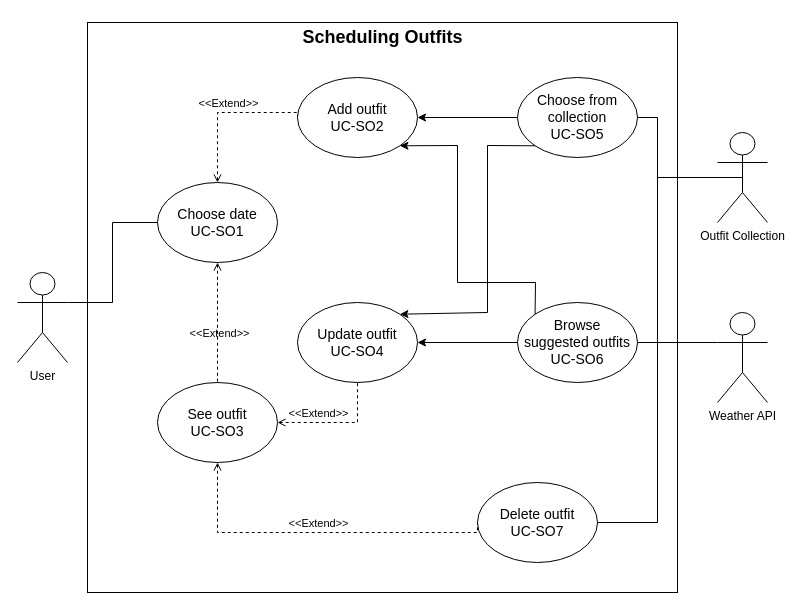
Earlier version of the draw.io diagram docs/diagrams/UCD-managing-outfits-in-calendar.drawio (gienon-fer/SeekFit). Source tidied: cells renumbered, new cells numbered last; positions are measured from the earlier drawing's top-left corner, leaving out a move shared by most shapes. Both pictures are drawn from the tidied source at 100%, with x=0, y=0 at pixel (17, 17).
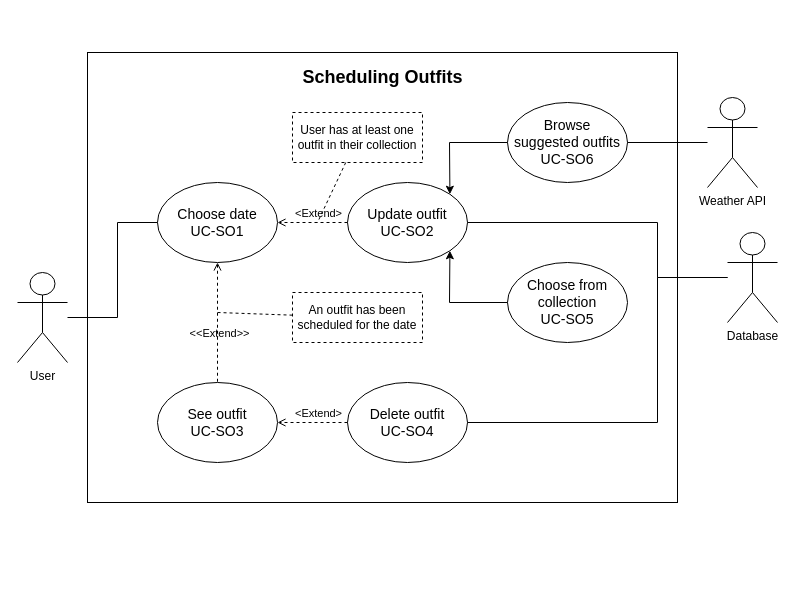
Above is the later version.

Commit message (it also covers changes not shown here):
Edit managing outfits in calendar and friend list management ucd

The change refers to these unchanged cells:
```xml
<mxCell id="4" value="User" style="shape=umlActor;verticalLabelPosition=bottom;verticalAlign=top;html=1;outlineConnect=0;fillColor=none;" parent="1" vertex="1">
  <mxGeometry y="255" width="50" height="90" as="geometry" />
</mxCell>
<mxCell id="17" value="&lt;font style=&quot;font-size: 14px;&quot;&gt;See outfit&lt;br&gt;UC-SO3&lt;br&gt;&lt;/font&gt;" style="ellipse;whiteSpace=wrap;html=1;fillColor=none;" parent="1" vertex="1">
  <mxGeometry x="140" y="365" width="120" height="80" as="geometry" />
</mxCell>
<mxCell id="22" value="&lt;font style=&quot;font-size: 14px;&quot;&gt;Choose date&lt;br&gt;UC-SO1&lt;/font&gt;&lt;font style=&quot;&quot;&gt;&lt;br&gt;&lt;/font&gt;" style="ellipse;whiteSpace=wrap;html=1;fillColor=none;" parent="1" vertex="1">
  <mxGeometry x="140" y="165" width="120" height="80" as="geometry" />
</mxCell>
```

The edit, as a diff of the source:
```diff
@@
     <mxCell id="2" style="rounded=0;whiteSpace=wrap;html=1;fillColor=none;" parent="1" vertex="1">
-      <mxGeometry x="70" y="5" width="590" height="570" as="geometry" />
+      <mxGeometry x="70" y="35" width="590" height="450" as="geometry" />
     </mxCell>
-    <mxCell id="3" style="edgeStyle=orthogonalEdgeStyle;rounded=0;jettySize=auto;html=1;entryX=0;entryY=0.5;entryDx=0;entryDy=0;exitX=1;exitY=0.3333333333333333;exitDx=0;exitDy=0;exitPerimeter=0;endArrow=none;endFill=0;" parent="1" edge="1" source="4" target="22">
-      <mxGeometry relative="1" as="geometry" />
+    <mxCell id="3" style="edgeStyle=none;rounded=0;html=1;entryX=0;entryY=0.5;entryDx=0;entryDy=0;endArrow=none;endFill=0;" parent="1" edge="1" source="4" target="22">
+      <mxGeometry relative="1" as="geometry">
+        <Array as="points">
+          <mxPoint x="100" y="300" />
+          <mxPoint x="100" y="205" />
+        </Array>
+      </mxGeometry>
     </mxCell>
@@
-    <mxCell id="5" style="edgeStyle=none;html=1;startArrow=classic;startFill=1;endArrow=none;endFill=0;" parent="1" edge="1" source="6" target="25">
-      <mxGeometry relative="1" as="geometry" />
-    </mxCell>
+    <mxCell id="30" style="edgeStyle=none;html=1;dashed=1;endArrow=open;endFill=0;" parent="1" edge="1" source="6" target="22">
+      <mxGeometry relative="1" as="geometry" />
+    </mxCell>
+    <mxCell id="31" value="&amp;lt;Extend&amp;gt;" style="edgeLabel;html=1;align=center;verticalAlign=middle;labelBackgroundColor=none;" parent="30" vertex="1">
+      <mxGeometry x="0.43" y="-1" relative="1" as="geometry">
+        <mxPoint x="20" y="-9" as="offset" />
+      </mxGeometry>
+    </mxCell>
-    <mxCell id="6" value="&lt;font style=&quot;font-size: 14px;&quot;&gt;Add outfit&lt;br&gt;UC-SO2&lt;br&gt;&lt;/font&gt;" style="ellipse;whiteSpace=wrap;html=1;fillColor=none;" parent="1" vertex="1">
-      <mxGeometry x="280" y="60" width="120" height="80" as="geometry" />
+    <mxCell id="6" value="&lt;font style=&quot;font-size: 14px;&quot;&gt;Update outfit&lt;br&gt;UC-SO2&lt;br&gt;&lt;/font&gt;" style="ellipse;whiteSpace=wrap;html=1;fillColor=none;" parent="1" vertex="1">
+      <mxGeometry x="330" y="165" width="120" height="80" as="geometry" />
     </mxCell>
+    <mxCell id="32" style="edgeStyle=none;rounded=0;html=1;exitX=0;exitY=0.5;exitDx=0;exitDy=0;entryX=1;entryY=0.5;entryDx=0;entryDy=0;endArrow=open;endFill=0;dashed=1;" parent="1" edge="1" source="7" target="17">
+      <mxGeometry relative="1" as="geometry" />
+    </mxCell>
+    <mxCell id="33" value="&amp;lt;Extend&amp;gt;" style="edgeLabel;html=1;align=center;verticalAlign=middle;labelBackgroundColor=none;" parent="32" vertex="1">
+      <mxGeometry x="0.43" y="-3" relative="1" as="geometry">
+        <mxPoint x="20" y="-7" as="offset" />
+      </mxGeometry>
+    </mxCell>
-    <mxCell id="7" value="&lt;font style=&quot;font-size: 14px;&quot;&gt;Delete outfit&lt;br&gt;UC-SO7&lt;br&gt;&lt;/font&gt;" style="ellipse;whiteSpace=wrap;html=1;fillColor=none;" parent="1" vertex="1">
-      <mxGeometry x="460" y="465" width="120" height="80" as="geometry" />
+    <mxCell id="7" value="&lt;font style=&quot;font-size: 14px;&quot;&gt;Delete outfit&lt;br&gt;UC-SO4&lt;br&gt;&lt;/font&gt;" style="ellipse;whiteSpace=wrap;html=1;fillColor=none;" parent="1" vertex="1">
+      <mxGeometry x="330" y="365" width="120" height="80" as="geometry" />
     </mxCell>
-    <mxCell id="8" style="edgeStyle=none;html=1;exitX=1;exitY=0.5;exitDx=0;exitDy=0;entryX=0;entryY=0.5;entryDx=0;entryDy=0;startArrow=classic;startFill=1;endArrow=none;endFill=0;" parent="1" edge="1" source="9" target="28">
-      <mxGeometry relative="1" as="geometry" />
-    </mxCell>
-    <mxCell id="9" value="&lt;font style=&quot;font-size: 14px;&quot;&gt;Update outfit&lt;br&gt;UC-SO4&lt;br&gt;&lt;/font&gt;" style="ellipse;whiteSpace=wrap;html=1;fillColor=none;" parent="1" vertex="1">
-      <mxGeometry x="280" y="285" width="120" height="80" as="geometry" />
-    </mxCell>
-    <mxCell id="10" style="edgeStyle=none;rounded=0;html=1;exitX=0.5;exitY=0.5;exitDx=0;exitDy=0;exitPerimeter=0;entryX=1;entryY=0.5;entryDx=0;entryDy=0;fontSize=14;startArrow=none;startFill=0;endArrow=none;endFill=0;" parent="1" edge="1" source="12" target="7">
+    <mxCell id="10" style="edgeStyle=none;rounded=0;html=1;entryX=1;entryY=0.5;entryDx=0;entryDy=0;endArrow=none;endFill=0;" parent="1" edge="1" source="12" target="7">
       <mxGeometry relative="1" as="geometry">
         <Array as="points">
-          <mxPoint x="640" y="160" />
-          <mxPoint x="640" y="505" />
+          <mxPoint x="640" y="260" />
+          <mxPoint x="640" y="405" />
         </Array>
       </mxGeometry>
     </mxCell>
-    <mxCell id="11" style="edgeStyle=none;rounded=0;html=1;entryX=1;entryY=0.5;entryDx=0;entryDy=0;fontSize=14;startArrow=none;startFill=0;endArrow=none;endFill=0;" parent="1" edge="1" source="12" target="25">
-      <mxGeometry relative="1" as="geometry">
-        <Array as="points">
-          <mxPoint x="640" y="160" />
-          <mxPoint x="640" y="100" />
-        </Array>
-      </mxGeometry>
-    </mxCell>
+    <mxCell id="34" style="edgeStyle=none;html=1;entryX=1;entryY=0.5;entryDx=0;entryDy=0;endArrow=none;endFill=0;rounded=0;" parent="1" edge="1" source="12" target="6">
+      <mxGeometry relative="1" as="geometry">
+        <Array as="points">
+          <mxPoint x="640" y="260" />
+          <mxPoint x="640" y="205" />
+        </Array>
+      </mxGeometry>
+    </mxCell>
-    <mxCell id="12" value="Outfit Collection" style="shape=umlActor;verticalLabelPosition=bottom;verticalAlign=top;html=1;outlineConnect=0;fillColor=none;" parent="1" vertex="1">
-      <mxGeometry x="700" y="115" width="50" height="90" as="geometry" />
+    <mxCell id="12" value="Database" style="shape=umlActor;verticalLabelPosition=bottom;verticalAlign=top;html=1;outlineConnect=0;fillColor=none;" parent="1" vertex="1">
+      <mxGeometry x="710" y="215" width="50" height="90" as="geometry" />
     </mxCell>
-    <mxCell id="13" style="edgeStyle=orthogonalEdgeStyle;rounded=0;jettySize=auto;html=1;entryX=0;entryY=0.5;entryDx=0;entryDy=0;startArrow=open;startFill=0;endArrow=none;endFill=0;dashed=1;" parent="1" edge="1" source="17" target="7">
-      <mxGeometry relative="1" as="geometry">
-        <Array as="points">
-          <mxPoint x="200" y="515" />
-        </Array>
-      </mxGeometry>
-    </mxCell>
-    <mxCell id="14" value="&amp;lt;&amp;lt;Extend&amp;gt;&amp;gt;" style="edgeLabel;html=1;align=center;verticalAlign=middle;labelBackgroundColor=none;" parent="13" vertex="1">
-      <mxGeometry x="-0.09" y="-1" relative="1" as="geometry">
-        <mxPoint x="15" y="-11" as="offset" />
-      </mxGeometry>
-    </mxCell>
-    <mxCell id="15" style="edgeStyle=orthogonalEdgeStyle;rounded=0;jettySize=auto;html=1;startArrow=open;startFill=0;endArrow=none;endFill=0;dashed=1;entryX=0.5;entryY=1;entryDx=0;entryDy=0;" parent="1" edge="1" source="17" target="9">
-      <mxGeometry relative="1" as="geometry">
-        <Array as="points">
-          <mxPoint x="340" y="405" />
-        </Array>
-      </mxGeometry>
-    </mxCell>
-    <mxCell id="16" value="&amp;lt;&amp;lt;Extend&amp;gt;&amp;gt;" style="edgeLabel;html=1;align=center;verticalAlign=middle;labelBackgroundColor=none;" parent="15" vertex="1">
-      <mxGeometry x="-0.03" y="1" relative="1" as="geometry">
-        <mxPoint x="-18" y="-9" as="offset" />
-      </mxGeometry>
-    </mxCell>
@@
-    <mxCell id="20" style="edgeStyle=orthogonalEdgeStyle;rounded=0;jettySize=auto;html=1;endArrow=none;endFill=0;startArrow=open;startFill=0;dashed=1;entryX=0;entryY=0.5;entryDx=0;entryDy=0;" parent="1" edge="1" source="22" target="6">
-      <mxGeometry relative="1" as="geometry">
-        <Array as="points">
-          <mxPoint x="200" y="95" />
-        </Array>
-      </mxGeometry>
-    </mxCell>
-    <mxCell id="21" value="&amp;lt;&amp;lt;Extend&amp;gt;&amp;gt;" style="edgeLabel;html=1;align=center;verticalAlign=middle;labelBackgroundColor=none;" parent="20" vertex="1">
-      <mxGeometry x="-0.2" relative="1" as="geometry">
-        <mxPoint x="10" y="-18" as="offset" />
-      </mxGeometry>
-    </mxCell>
@@
+    <mxCell id="35" style="edgeStyle=none;rounded=0;html=1;entryX=1;entryY=0.5;entryDx=0;entryDy=0;endArrow=none;endFill=0;" parent="1" edge="1" source="23" target="28">
+      <mxGeometry relative="1" as="geometry" />
+    </mxCell>
     <mxCell id="23" value="Weather API" style="shape=umlActor;verticalLabelPosition=bottom;verticalAlign=top;html=1;outlineConnect=0;fillColor=none;" parent="1" vertex="1">
-      <mxGeometry x="700" y="295" width="50" height="90" as="geometry" />
+      <mxGeometry x="690" y="80" width="50" height="90" as="geometry" />
     </mxCell>
-    <mxCell id="24" style="edgeStyle=none;html=1;exitX=0;exitY=1;exitDx=0;exitDy=0;entryX=1;entryY=0;entryDx=0;entryDy=0;fontSize=14;startArrow=none;startFill=0;rounded=0;endArrow=classic;endFill=1;" parent="1" edge="1" source="25" target="9">
-      <mxGeometry relative="1" as="geometry">
-        <Array as="points">
-          <mxPoint x="470" y="128" />
-          <mxPoint x="470" y="295" />
-        </Array>
-      </mxGeometry>
-    </mxCell>
+    <mxCell id="36" style="edgeStyle=none;rounded=0;html=1;entryX=1;entryY=1;entryDx=0;entryDy=0;endArrow=classic;endFill=1;" parent="1" edge="1" source="25" target="6">
+      <mxGeometry relative="1" as="geometry">
+        <Array as="points">
+          <mxPoint x="432" y="285" />
+        </Array>
+      </mxGeometry>
+    </mxCell>
     <mxCell id="25" value="&lt;font style=&quot;font-size: 14px;&quot;&gt;Choose from collection&lt;br&gt;UC-SO5&lt;br&gt;&lt;/font&gt;" style="ellipse;whiteSpace=wrap;html=1;fillColor=none;" parent="1" vertex="1">
-      <mxGeometry x="500" y="60" width="120" height="80" as="geometry" />
+      <mxGeometry x="490" y="245" width="120" height="80" as="geometry" />
     </mxCell>
-    <mxCell id="26" style="edgeStyle=none;html=1;exitX=1;exitY=0.5;exitDx=0;exitDy=0;entryX=0;entryY=0.3333333333333333;entryDx=0;entryDy=0;entryPerimeter=0;startArrow=none;startFill=0;endArrow=none;endFill=0;" parent="1" edge="1" source="28" target="23">
-      <mxGeometry relative="1" as="geometry" />
-    </mxCell>
-    <mxCell id="27" style="edgeStyle=none;rounded=0;html=1;exitX=0;exitY=0;exitDx=0;exitDy=0;entryX=1;entryY=1;entryDx=0;entryDy=0;fontSize=14;startArrow=none;startFill=0;endArrow=classic;endFill=1;" parent="1" edge="1" source="28" target="6">
+    <mxCell id="27" style="edgeStyle=none;rounded=0;html=1;entryX=1;entryY=0;entryDx=0;entryDy=0;endArrow=classic;endFill=1;" parent="1" edge="1" source="28" target="6">
       <mxGeometry relative="1" as="geometry">
         <Array as="points">
-          <mxPoint x="518" y="265" />
-          <mxPoint x="440" y="265" />
-          <mxPoint x="440" y="128" />
+          <mxPoint x="432" y="125" />
         </Array>
       </mxGeometry>
     </mxCell>
     <mxCell id="28" value="&lt;font style=&quot;font-size: 14px;&quot;&gt;Browse&lt;br&gt;suggested outfits&lt;br&gt;UC-SO6&lt;br&gt;&lt;/font&gt;" style="ellipse;whiteSpace=wrap;html=1;fillColor=none;" parent="1" vertex="1">
-      <mxGeometry x="500" y="285" width="120" height="80" as="geometry" />
+      <mxGeometry x="490" y="85" width="120" height="80" as="geometry" />
     </mxCell>
     <mxCell id="29" value="&lt;b&gt;&lt;font style=&quot;font-size: 18px;&quot;&gt;Scheduling Outfits&lt;/font&gt;&lt;/b&gt;" style="text;html=1;align=center;verticalAlign=middle;strokeColor=none;fillColor=none;fontSize=14;" parent="1" vertex="1">
-      <mxGeometry x="275" width="180" height="40" as="geometry" />
+      <mxGeometry x="275" y="40" width="180" height="40" as="geometry" />
     </mxCell>
+    <mxCell id="37" style="edgeStyle=none;html=1;dashed=1;endArrow=none;endFill=0;" parent="1" edge="1" source="38">
+      <mxGeometry relative="1" as="geometry">
+        <mxPoint x="300" y="205" as="targetPoint" />
+      </mxGeometry>
+    </mxCell>
+    <mxCell id="38" value="User has at least one&lt;br&gt;outfit in their collection" style="rounded=0;whiteSpace=wrap;html=1;fillColor=none;dashed=1;" parent="1" vertex="1">
+      <mxGeometry x="275" y="95" width="130" height="50" as="geometry" />
+    </mxCell>
+    <mxCell id="39" style="edgeStyle=none;html=1;dashed=1;endArrow=none;endFill=0;" parent="1" edge="1" source="40">
+      <mxGeometry relative="1" as="geometry">
+        <mxPoint x="200" y="295" as="targetPoint" />
+      </mxGeometry>
+    </mxCell>
+    <mxCell id="40" value="An outfit has been&lt;br&gt;scheduled for the date" style="rounded=0;whiteSpace=wrap;html=1;fillColor=none;dashed=1;" parent="1" vertex="1">
+      <mxGeometry x="275" y="275" width="130" height="50" as="geometry" />
+    </mxCell>
```
